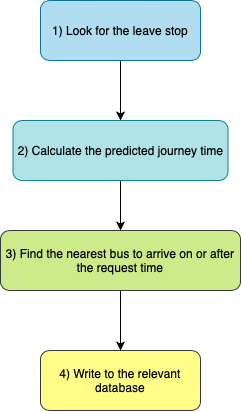
Earlier version of the draw.io export figures/mine/Historical-Model-overarch.png (serenelc/individual-project-beng). Source tidied: cells renumbered, new cells last; positions are measured from the earlier drawing's top-left corner, leaving out a move shared by most shapes.
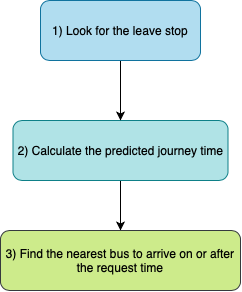
Later version of the same file.

Change to the diagram source:
```diff
@@ -2,7 +2,7 @@
   <root>
     <mxCell id="0" />
     <mxCell id="1" parent="0" />
-    <mxCell id="2" style="edgeStyle=orthogonalEdgeStyle;rounded=0;jettySize=auto;html=1;endArrow=classic;endFill=1;" parent="1" edge="1" source="3" target="8">
+    <mxCell id="2" style="edgeStyle=orthogonalEdgeStyle;rounded=0;jettySize=auto;html=1;endArrow=classic;endFill=1;" parent="1" edge="1" source="3" target="6">
       <mxGeometry relative="1" as="geometry" />
     </mxCell>
     <mxCell id="3" value="2) Calculate the predicted journey time" style="rounded=1;whiteSpace=wrap;html=1;fillColor=#b0e3e6;strokeColor=#0e8088;" parent="1" vertex="1">
@@ -14,14 +14,8 @@
     <mxCell id="5" value="1) Look for the leave stop" style="rounded=1;whiteSpace=wrap;html=1;fillColor=#b1ddf0;strokeColor=#10739e;" parent="1" vertex="1">
       <mxGeometry x="40" width="160" height="60" as="geometry" />
     </mxCell>
-    <mxCell id="6" value="4) Write to the relevant database" style="rounded=1;whiteSpace=wrap;html=1;fillColor=#ffff88;strokeColor=#36393d;" parent="1" vertex="1">
-      <mxGeometry x="40" y="350" width="160" height="60" as="geometry" />
+    <mxCell id="6" value="3) Find the nearest bus to arrive on or after the request time" style="rounded=1;whiteSpace=wrap;html=1;fillColor=#cdeb8b;strokeColor=#36393d;" parent="1" vertex="1">
+      <mxGeometry y="230" width="240" height="60" as="geometry" />
     </mxCell>
-    <mxCell id="7" style="edgeStyle=orthogonalEdgeStyle;rounded=0;jettySize=auto;html=1;endArrow=classic;endFill=1;" parent="1" edge="1" source="8" target="6">
-      <mxGeometry relative="1" as="geometry" />
-    </mxCell>
-    <mxCell id="8" value="3) Find the nearest bus to arrive on or after the request time" style="rounded=1;whiteSpace=wrap;html=1;fillColor=#cdeb8b;strokeColor=#36393d;" parent="1" vertex="1">
-      <mxGeometry y="230" width="240" height="60" as="geometry" />
-    </mxCell>
   </root>
 </mxGraphModel>
```
